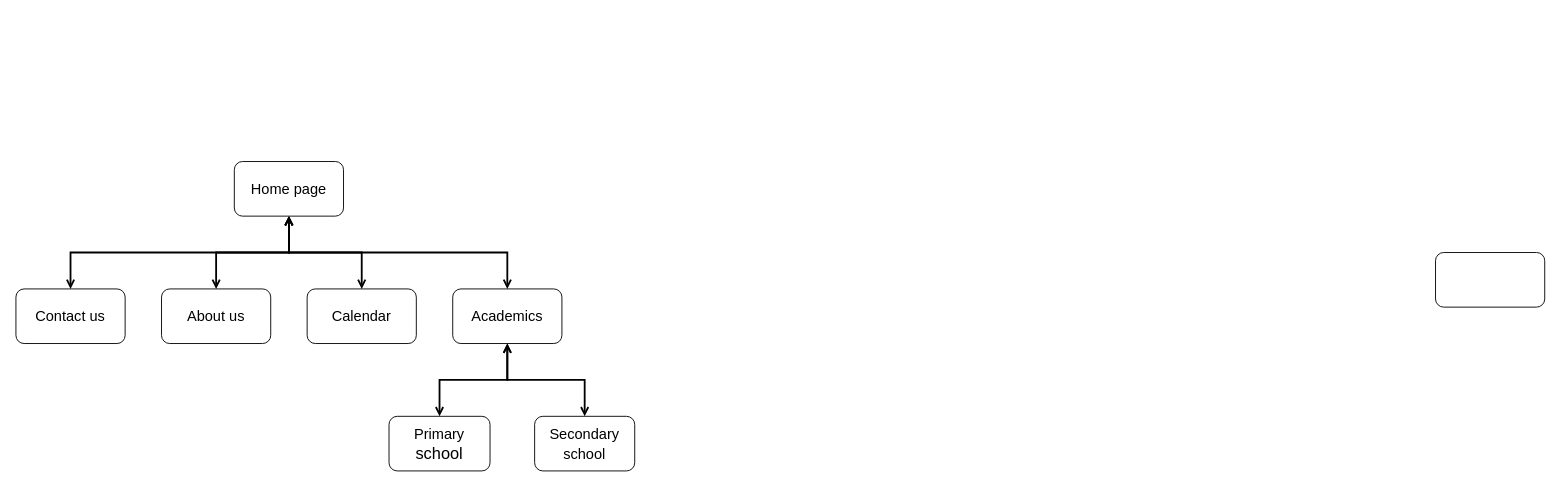
The draw.io diagram design/site_diagram.drawio in sami-bre/UGR-0848-13, before the edit. Source tidied: cells renumbered, new cells numbered last; positions are measured from the earlier drawing's top-left corner, leaving out a move shared by most shapes. Both pictures are drawn from the tidied source at 91%, with x=0, y=0 at pixel (15, 161).
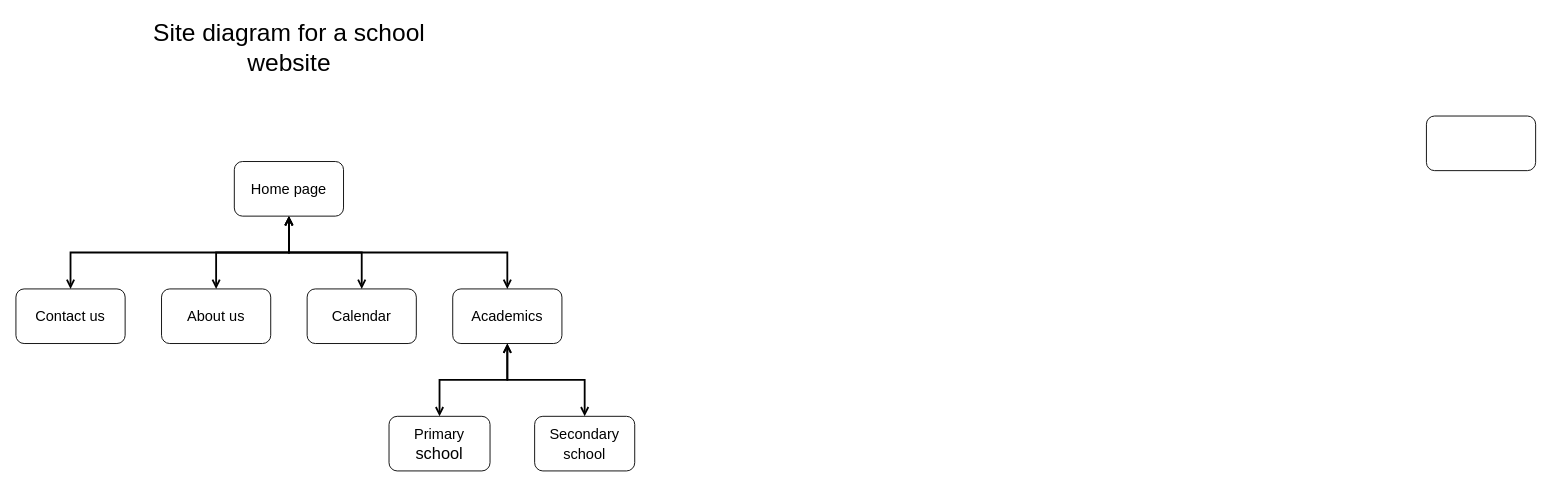
Above is the later version.

What changed in the source:
```diff
@@
 <mxGraphModel>
   <root>
     <mxCell id="0" />
     <mxCell id="1" parent="0" />
     <mxCell id="2" style="rounded=1;whiteSpace=wrap;html=1;" parent="1" vertex="1">
-      <mxGeometry x="1560" y="100" width="120" height="60" as="geometry" />
+      <mxGeometry x="1550" y="-50" width="120" height="60" as="geometry" />
     </mxCell>
     <mxCell id="3" value="&lt;font style=&quot;font-size: 16px;&quot;&gt;Contact us&lt;/font&gt;" style="rounded=1;whiteSpace=wrap;html=1;" parent="1" vertex="1">
       <mxGeometry y="140" width="120" height="60" as="geometry" />
     </mxCell>
     <mxCell id="4" style="edgeStyle=orthogonalEdgeStyle;rounded=0;jettySize=auto;html=1;exitX=0.5;exitY=1;exitDx=0;exitDy=0;strokeWidth=2;fontSize=16;startArrow=open;startFill=0;endArrow=open;endFill=0;" parent="1" edge="1" source="8" target="13">
       <mxGeometry relative="1" as="geometry" />
     </mxCell>
     <mxCell id="5" style="edgeStyle=orthogonalEdgeStyle;rounded=0;jettySize=auto;html=1;strokeWidth=2;fontSize=16;startArrow=open;startFill=0;endArrow=open;endFill=0;" parent="1" edge="1" source="8" target="10">
       <mxGeometry relative="1" as="geometry" />
     </mxCell>
     <mxCell id="6" style="edgeStyle=orthogonalEdgeStyle;rounded=0;jettySize=auto;html=1;strokeWidth=2;fontSize=16;startArrow=open;startFill=0;endArrow=open;endFill=0;" parent="1" edge="1" source="8" target="9">
       <mxGeometry relative="1" as="geometry" />
     </mxCell>
     <mxCell id="7" style="edgeStyle=orthogonalEdgeStyle;rounded=0;jettySize=auto;html=1;exitX=0.5;exitY=1;exitDx=0;exitDy=0;strokeWidth=2;fontSize=16;startArrow=open;startFill=0;endArrow=open;endFill=0;" parent="1" edge="1" source="8" target="3">
       <mxGeometry relative="1" as="geometry" />
     </mxCell>
     <mxCell id="8" value="&lt;font style=&quot;font-size: 16px;&quot;&gt;Home page&lt;/font&gt;" style="rounded=1;whiteSpace=wrap;html=1;" parent="1" vertex="1">
       <mxGeometry x="240" width="120" height="60" as="geometry" />
     </mxCell>
     <mxCell id="9" value="&lt;font style=&quot;font-size: 16px;&quot;&gt;About us&lt;/font&gt;" style="rounded=1;whiteSpace=wrap;html=1;" parent="1" vertex="1">
       <mxGeometry x="160" y="140" width="120" height="60" as="geometry" />
     </mxCell>
     <mxCell id="10" value="&lt;font style=&quot;font-size: 16px;&quot;&gt;Calendar&lt;/font&gt;" style="rounded=1;whiteSpace=wrap;html=1;" parent="1" vertex="1">
       <mxGeometry x="320" y="140" width="120" height="60" as="geometry" />
     </mxCell>
     <mxCell id="11" style="edgeStyle=orthogonalEdgeStyle;rounded=0;jettySize=auto;html=1;entryX=0.5;entryY=0;entryDx=0;entryDy=0;fontSize=16;strokeWidth=2;endArrow=open;endFill=0;startArrow=open;startFill=0;" parent="1" edge="1" source="13" target="14">
       <mxGeometry relative="1" as="geometry" />
     </mxCell>
     <mxCell id="12" style="edgeStyle=orthogonalEdgeStyle;rounded=0;jettySize=auto;html=1;exitX=0.5;exitY=1;exitDx=0;exitDy=0;fontSize=16;strokeWidth=2;endArrow=open;endFill=0;startArrow=open;startFill=0;" parent="1" edge="1" source="13" target="15">
       <mxGeometry relative="1" as="geometry" />
     </mxCell>
     <mxCell id="13" value="&lt;font style=&quot;font-size: 16px;&quot;&gt;Academics&lt;/font&gt;" style="rounded=1;whiteSpace=wrap;html=1;" parent="1" vertex="1">
       <mxGeometry x="480" y="140" width="120" height="60" as="geometry" />
     </mxCell>
     <mxCell id="14" value="&lt;font style=&quot;font-size: 16px;&quot;&gt;Primary&lt;/font&gt; school" style="rounded=1;whiteSpace=wrap;html=1;fontSize=18;" parent="1" vertex="1">
       <mxGeometry x="410" y="280" width="111" height="60" as="geometry" />
     </mxCell>
     <mxCell id="15" value="&lt;font style=&quot;font-size: 16px;&quot;&gt;Secondary school&lt;/font&gt;" style="rounded=1;whiteSpace=wrap;html=1;fontSize=18;" parent="1" vertex="1">
       <mxGeometry x="570" y="280" width="110" height="60" as="geometry" />
     </mxCell>
+    <mxCell id="16" value="&lt;font style=&quot;font-size: 27px;&quot;&gt;Site diagram for a school website &lt;/font&gt;" style="text;html=1;strokeColor=none;fillColor=none;align=center;verticalAlign=middle;whiteSpace=wrap;rounded=0;fontSize=16;" parent="1" vertex="1">
+      <mxGeometry x="132.5" y="-160" width="335" height="70" as="geometry" />
+    </mxCell>
   </root>
 </mxGraphModel>
```
